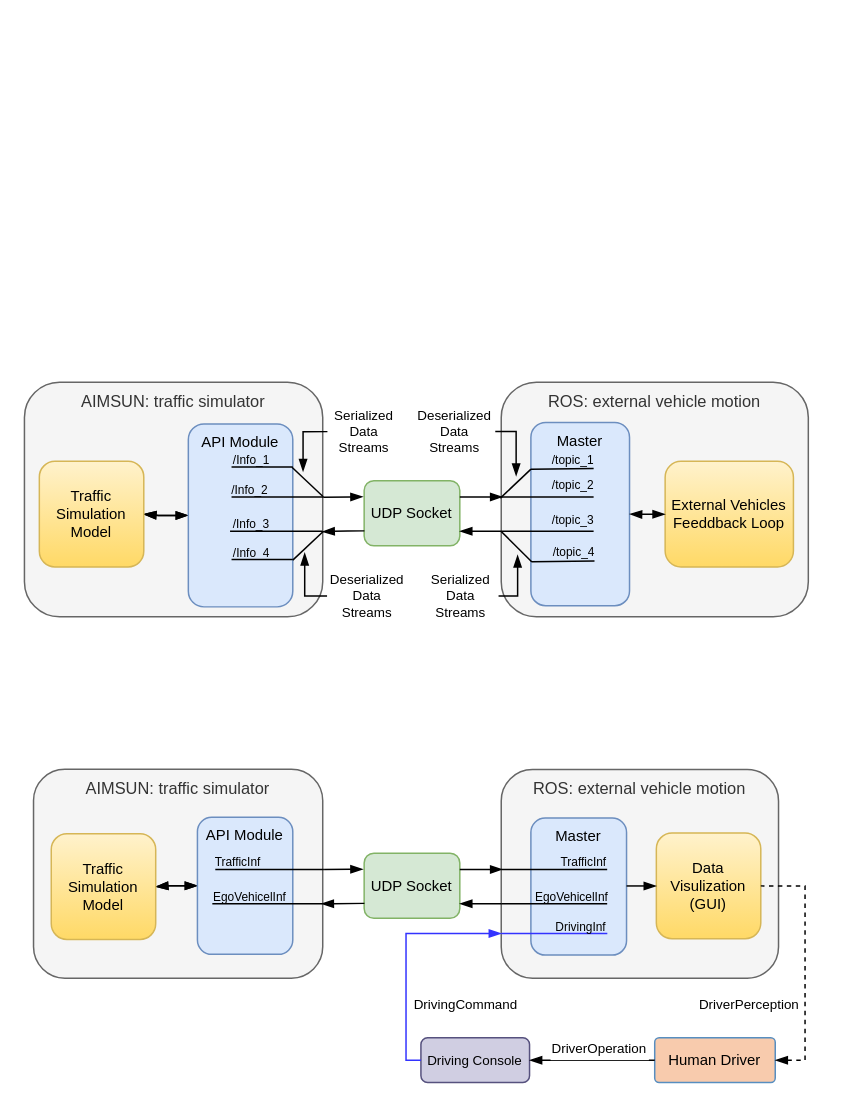
Above: page "Page-1" (1 of 2) of ROS_AIMSUN_Bridge.drawio in LimingGao/draw_io (draw.io), before the change. Source tidied: cells renumbered, new cells numbered last; positions are measured from the earlier drawing's top-left corner, leaving out a move shared by most shapes. Both pictures are drawn from the tidied source at 149%, with x=0, y=0 at pixel (24, 381).
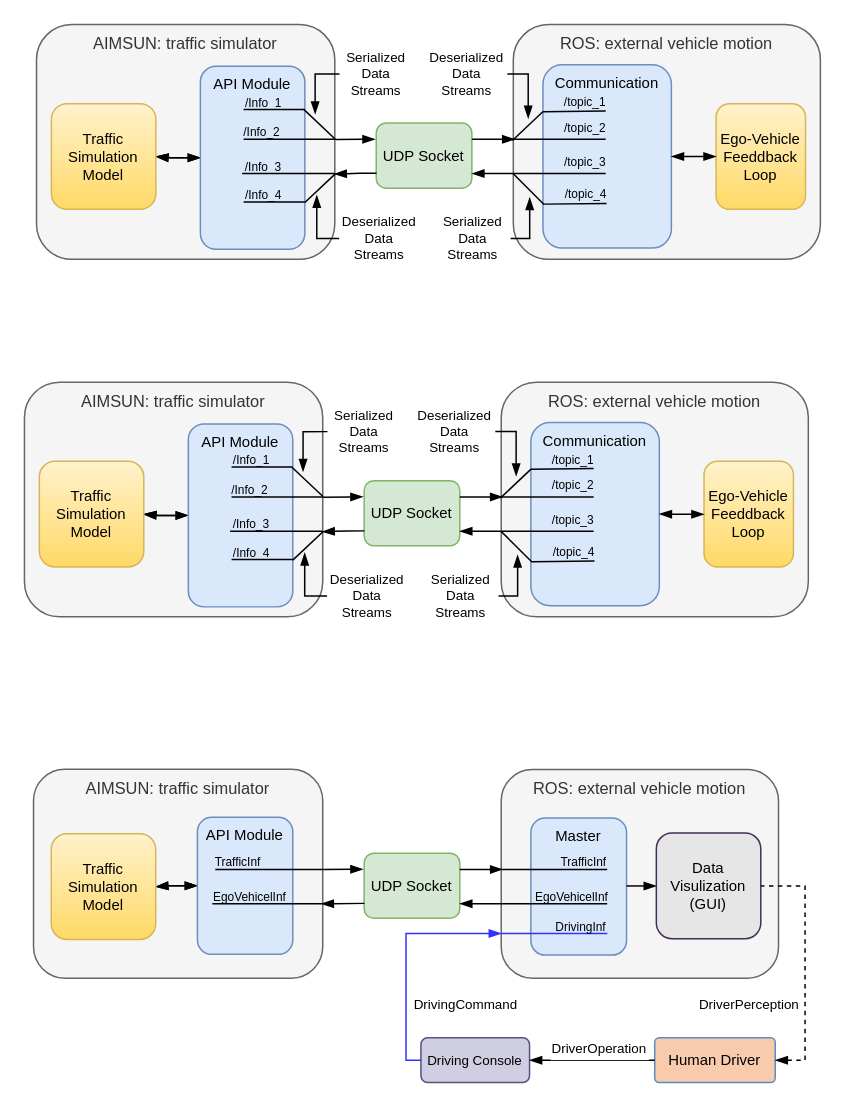
After the change.

The edit, as a diff of the source:
```diff
@@
-    <mxCell id="9" value="Master" style="rounded=1;align=center;verticalAlign=top;fontSize=10;fontStyle=0;fillColor=#dae8fc;strokeColor=#6c8ebf;" parent="1" vertex="1">
-      <mxGeometry x="339.8" y="27" width="66.2" height="123" as="geometry" />
+    <mxCell id="9" value="Communication" style="rounded=1;align=center;verticalAlign=top;fontSize=10;fontStyle=0;fillColor=#dae8fc;strokeColor=#6c8ebf;" parent="1" vertex="1">
+      <mxGeometry x="339.8" y="27" width="86.2" height="123" as="geometry" />
     </mxCell>
-    <mxCell id="10" value="External Vehicles&#10;Feeddback Loop" style="rounded=1;align=center;verticalAlign=middle;fontSize=10;fontStyle=0;fillColor=#fff2cc;strokeColor=#d6b656;gradientColor=#ffd966;" parent="1" vertex="1">
-      <mxGeometry x="429.9" y="53.1" width="86.1" height="70.9" as="geometry" />
+    <mxCell id="10" value="Ego-Vehicle&#10;Feeddback&#10;Loop" style="rounded=1;align=center;verticalAlign=middle;fontSize=10;fontStyle=0;fillColor=#fff2cc;strokeColor=#d6b656;gradientColor=#ffd966;" parent="1" vertex="1">
+      <mxGeometry x="456" y="53.1" width="60" height="70.9" as="geometry" />
     </mxCell>
@@
-    <mxCell id="52" value="Data&#10;Visulization&#10;(GUI)" style="rounded=1;align=center;verticalAlign=middle;fontSize=10;fontStyle=0;fillColor=#fff2cc;strokeColor=#d6b656;gradientColor=#ffd966;" parent="1" vertex="1">
+    <mxCell id="52" value="Data&#10;Visulization&#10;(GUI)" style="rounded=1;align=center;verticalAlign=middle;fontSize=10;fontStyle=0;strokeColor=#432D57;fillColor=#E6E6E6;" parent="1" vertex="1">
       <mxGeometry x="424" y="302.6" width="70.1" height="70.9" as="geometry" />
     </mxCell>
@@
+    <mxCell id="76" value="AIMSUN: traffic simulator" style="rounded=1;align=center;verticalAlign=top;fontSize=11;fontStyle=0;strokeColor=#666666;fillColor=#f5f5f5;fontColor=#333333;glass=0;" parent="1" vertex="1">
+      <mxGeometry x="8" y="-240" width="200.2" height="157.5" as="geometry" />
+    </mxCell>
+    <mxCell id="77" style="edgeStyle=orthogonalEdgeStyle;rounded=0;jettySize=auto;endArrow=blockThin;endFill=1;startArrow=blockThin;startFill=1;" parent="1" edge="1" source="79" target="80">
+      <mxGeometry relative="1" as="geometry" />
+    </mxCell>
+    <mxCell id="78" style="edgeStyle=orthogonalEdgeStyle;rounded=0;jettySize=auto;startArrow=blockThin;startFill=1;endArrow=blockThin;endFill=1;strokeWidth=1;" parent="1" edge="1" source="79" target="80">
+      <mxGeometry relative="1" as="geometry" />
+    </mxCell>
+    <mxCell id="79" value="API Module" style="rounded=1;align=center;verticalAlign=top;fontSize=10;fontStyle=0;fillColor=#dae8fc;strokeColor=#6c8ebf;" parent="1" vertex="1">
+      <mxGeometry x="118" y="-212" width="70.1" height="122.8" as="geometry" />
+    </mxCell>
+    <mxCell id="80" value="Traffic&#10;Simulation&#10;Model" style="rounded=1;align=center;verticalAlign=middle;fontSize=10;fontStyle=0;fillColor=#fff2cc;strokeColor=#d6b656;gradientColor=#ffd966;" parent="1" vertex="1">
+      <mxGeometry x="18" y="-186.9" width="70.1" height="70.9" as="geometry" />
+    </mxCell>
+    <mxCell id="81" value="UDP Socket" style="rounded=1;align=center;verticalAlign=middle;fillColor=#d5e8d4;strokeColor=#82b366;fontSize=10;fontStyle=0;" parent="1" vertex="1">
+      <mxGeometry x="236" y="-173.9" width="64.2" height="43.7" as="geometry" />
+    </mxCell>
+    <mxCell id="82" value="ROS: external vehicle motion" style="rounded=1;align=center;verticalAlign=top;fontSize=11;fontStyle=0;strokeColor=#666666;fillColor=#f5f5f5;fontColor=#333333;glass=0;" parent="1" vertex="1">
+      <mxGeometry x="328" y="-240" width="206.1" height="157.5" as="geometry" />
+    </mxCell>
+    <mxCell id="83" value="Communication" style="rounded=1;align=center;verticalAlign=top;fontSize=10;fontStyle=0;fillColor=#dae8fc;strokeColor=#6c8ebf;" parent="1" vertex="1">
+      <mxGeometry x="347.9" y="-213" width="86.2" height="123" as="geometry" />
+    </mxCell>
+    <mxCell id="84" value="Ego-Vehicle&#10;Feeddback&#10;Loop" style="rounded=1;align=center;verticalAlign=middle;fontSize=10;fontStyle=0;fillColor=#fff2cc;strokeColor=#d6b656;gradientColor=#ffd966;" parent="1" vertex="1">
+      <mxGeometry x="464.1" y="-186.9" width="60" height="70.9" as="geometry" />
+    </mxCell>
+    <mxCell id="85" style="rounded=0;jettySize=auto;startArrow=blockThin;startFill=1;endArrow=none;endFill=0;strokeWidth=1;entryX=1.003;entryY=0.49;entryDx=0;entryDy=0;exitX=-0.012;exitY=0.247;exitDx=0;exitDy=0;exitPerimeter=0;entryPerimeter=0;" parent="1" edge="1" source="81" target="76">
+      <mxGeometry relative="1" as="geometry" />
+    </mxCell>
+    <mxCell id="86" style="rounded=0;jettySize=auto;startArrow=blockThin;startFill=1;endArrow=none;endFill=0;strokeWidth=1;entryX=1;entryY=0.25;entryDx=0;entryDy=0;" parent="1" edge="1" target="81">
+      <mxGeometry relative="1" as="geometry">
+        <mxPoint x="329" y="-163" as="sourcePoint" />
+      </mxGeometry>
+    </mxCell>
+    <mxCell id="87" style="edgeStyle=orthogonalEdgeStyle;rounded=0;jettySize=auto;startArrow=blockThin;startFill=1;endArrow=blockThin;endFill=1;strokeWidth=1;entryX=1;entryY=0.5;entryDx=0;entryDy=0;" parent="1" edge="1" source="84" target="83">
+      <mxGeometry relative="1" as="geometry" />
+    </mxCell>
+    <mxCell id="88" style="edgeStyle=orthogonalEdgeStyle;rounded=0;orthogonalLoop=1;jettySize=auto;startArrow=none;startFill=0;endArrow=none;endFill=0;strokeWidth=1;" parent="1" edge="1">
+      <mxGeometry relative="1" as="geometry">
+        <mxPoint x="390" y="-163" as="sourcePoint" />
+        <mxPoint x="328" y="-163" as="targetPoint" />
+      </mxGeometry>
+    </mxCell>
+    <mxCell id="89" value="/topic_2" style="edgeLabel;align=center;verticalAlign=middle;fontSize=8;labelBackgroundColor=none;" parent="88" vertex="1">
+      <mxGeometry x="-0.2" y="2" relative="1" as="geometry">
+        <mxPoint x="11" y="-10" as="offset" />
+      </mxGeometry>
+    </mxCell>
+    <mxCell id="90" style="rounded=0;orthogonalLoop=1;jettySize=auto;startArrow=none;startFill=0;endArrow=none;endFill=0;strokeWidth=1;" parent="1" edge="1">
+      <mxGeometry relative="1" as="geometry">
+        <mxPoint x="390" y="-182" as="sourcePoint" />
+        <mxPoint x="348" y="-181.5" as="targetPoint" />
+      </mxGeometry>
+    </mxCell>
+    <mxCell id="91" value="/topic_1" style="edgeLabel;align=center;verticalAlign=middle;fontSize=8;labelBackgroundColor=none;" parent="90" vertex="1">
+      <mxGeometry x="-0.2" y="2" relative="1" as="geometry">
+        <mxPoint x="2.9" y="-8.5" as="offset" />
+      </mxGeometry>
+    </mxCell>
+    <mxCell id="92" style="rounded=0;jettySize=auto;startArrow=none;startFill=0;endArrow=none;endFill=0;strokeWidth=1;entryX=-0.003;entryY=0.494;entryDx=0;entryDy=0;exitX=0.001;exitY=0.255;exitDx=0;exitDy=0;entryPerimeter=0;exitPerimeter=0;" parent="1" edge="1" source="83" target="82">
+      <mxGeometry relative="1" as="geometry" />
+    </mxCell>
+    <mxCell id="93" style="edgeStyle=orthogonalEdgeStyle;rounded=0;orthogonalLoop=1;jettySize=auto;startArrow=none;startFill=0;endArrow=none;endFill=0;strokeWidth=1;" parent="1" edge="1">
+      <mxGeometry relative="1" as="geometry">
+        <mxPoint x="390" y="-140" as="sourcePoint" />
+        <mxPoint x="328" y="-140" as="targetPoint" />
+      </mxGeometry>
+    </mxCell>
+    <mxCell id="94" value="/topic_3" style="edgeLabel;align=center;verticalAlign=middle;fontSize=8;labelBackgroundColor=none;" parent="93" vertex="1">
+      <mxGeometry x="-0.2" y="2" relative="1" as="geometry">
+        <mxPoint x="11" y="-10" as="offset" />
+      </mxGeometry>
+    </mxCell>
+    <mxCell id="95" style="rounded=0;orthogonalLoop=1;jettySize=auto;startArrow=none;startFill=0;endArrow=none;endFill=0;strokeWidth=1;" parent="1" edge="1">
+      <mxGeometry relative="1" as="geometry">
+        <mxPoint x="390.6" y="-120" as="sourcePoint" />
+        <mxPoint x="348.6" y="-119.5" as="targetPoint" />
+      </mxGeometry>
+    </mxCell>
+    <mxCell id="96" value="/topic_4" style="edgeLabel;align=center;verticalAlign=middle;fontSize=8;labelBackgroundColor=none;" parent="95" vertex="1">
+      <mxGeometry x="-0.2" y="2" relative="1" as="geometry">
+        <mxPoint x="2.9" y="-8.5" as="offset" />
+      </mxGeometry>
+    </mxCell>
+    <mxCell id="97" style="rounded=0;jettySize=auto;startArrow=none;startFill=0;endArrow=none;endFill=0;strokeWidth=1;exitX=0.001;exitY=0.255;exitDx=0;exitDy=0;exitPerimeter=0;entryX=0;entryY=0.636;entryDx=0;entryDy=0;entryPerimeter=0;" parent="1" edge="1" target="82">
+      <mxGeometry relative="1" as="geometry">
+        <mxPoint x="348.6" y="-119.3" as="sourcePoint" />
+      </mxGeometry>
+    </mxCell>
+    <mxCell id="98" style="edgeStyle=orthogonalEdgeStyle;rounded=0;jettySize=auto;startArrow=none;startFill=0;endArrow=blockThin;endFill=1;strokeWidth=1;entryX=0.999;entryY=0.776;entryDx=0;entryDy=0;entryPerimeter=0;" parent="1" edge="1" target="81">
+      <mxGeometry relative="1" as="geometry">
+        <mxPoint x="328" y="-140" as="sourcePoint" />
+        <Array as="points">
+          <mxPoint x="315" y="-140" />
+        </Array>
+      </mxGeometry>
+    </mxCell>
+    <mxCell id="99" style="edgeStyle=orthogonalEdgeStyle;rounded=0;jettySize=auto;startArrow=none;startFill=0;endArrow=blockThin;endFill=1;strokeWidth=1;entryX=0.998;entryY=0.637;entryDx=0;entryDy=0;entryPerimeter=0;exitX=0.003;exitY=0.771;exitDx=0;exitDy=0;exitPerimeter=0;" parent="1" edge="1" source="81" target="76">
+      <mxGeometry relative="1" as="geometry">
+        <Array as="points">
+          <mxPoint x="225" y="-140" />
+        </Array>
+      </mxGeometry>
+    </mxCell>
+    <mxCell id="100" style="edgeStyle=orthogonalEdgeStyle;rounded=0;orthogonalLoop=1;jettySize=auto;startArrow=none;startFill=0;endArrow=none;endFill=0;strokeWidth=1;" parent="1" edge="1">
+      <mxGeometry relative="1" as="geometry">
+        <mxPoint x="209" y="-163" as="sourcePoint" />
+        <mxPoint x="147" y="-163" as="targetPoint" />
+        <Array as="points">
+          <mxPoint x="187" y="-163" />
+          <mxPoint x="187" y="-163" />
+        </Array>
+      </mxGeometry>
+    </mxCell>
+    <mxCell id="101" value="/Info_2" style="edgeLabel;align=center;verticalAlign=middle;fontSize=8;labelBackgroundColor=none;" parent="100" vertex="1">
+      <mxGeometry x="-0.2" y="2" relative="1" as="geometry">
+        <mxPoint x="-25" y="-7" as="offset" />
+      </mxGeometry>
+    </mxCell>
+    <mxCell id="102" style="rounded=0;orthogonalLoop=1;jettySize=auto;startArrow=none;startFill=0;endArrow=none;endFill=0;strokeWidth=1;entryX=-0.003;entryY=0.494;entryDx=0;entryDy=0;exitX=0.001;exitY=0.255;exitDx=0;exitDy=0;entryPerimeter=0;exitPerimeter=0;" parent="1" edge="1">
+      <mxGeometry relative="1" as="geometry">
+        <mxPoint x="208.7" y="-140" as="sourcePoint" />
+        <mxPoint x="188.1" y="-120.6" as="targetPoint" />
+      </mxGeometry>
+    </mxCell>
+    <mxCell id="103" style="rounded=0;jettySize=auto;startArrow=none;startFill=0;endArrow=none;endFill=0;strokeWidth=1;exitX=0.001;exitY=0.255;exitDx=0;exitDy=0;exitPerimeter=0;entryX=0.992;entryY=0.237;entryDx=0;entryDy=0;entryPerimeter=0;" parent="1" edge="1" target="79">
+      <mxGeometry relative="1" as="geometry">
+        <mxPoint x="208.2" y="-163.4" as="sourcePoint" />
+      </mxGeometry>
+    </mxCell>
+    <mxCell id="104" style="edgeStyle=orthogonalEdgeStyle;rounded=0;orthogonalLoop=1;jettySize=auto;startArrow=none;startFill=0;endArrow=none;endFill=0;strokeWidth=1;" parent="1" edge="1">
+      <mxGeometry relative="1" as="geometry">
+        <mxPoint x="167" y="-183" as="sourcePoint" />
+        <mxPoint x="147" y="-183" as="targetPoint" />
+        <Array as="points">
+          <mxPoint x="188.1" y="-183" />
+          <mxPoint x="188.1" y="-183" />
+        </Array>
+      </mxGeometry>
+    </mxCell>
+    <mxCell id="105" value="/Info_1" style="edgeLabel;align=center;verticalAlign=middle;fontSize=8;labelBackgroundColor=none;" parent="104" vertex="1">
+      <mxGeometry x="-0.2" y="2" relative="1" as="geometry">
+        <mxPoint x="-24.1" y="-7" as="offset" />
+      </mxGeometry>
+    </mxCell>
+    <mxCell id="106" style="edgeStyle=orthogonalEdgeStyle;rounded=0;orthogonalLoop=1;jettySize=auto;startArrow=none;startFill=0;endArrow=none;endFill=0;strokeWidth=1;" parent="1" edge="1">
+      <mxGeometry relative="1" as="geometry">
+        <mxPoint x="208" y="-140" as="sourcePoint" />
+        <mxPoint x="146" y="-140" as="targetPoint" />
+        <Array as="points">
+          <mxPoint x="186" y="-140" />
+          <mxPoint x="186" y="-140" />
+        </Array>
+      </mxGeometry>
+    </mxCell>
+    <mxCell id="107" value="/Info_3" style="edgeLabel;align=center;verticalAlign=middle;fontSize=8;labelBackgroundColor=none;" parent="106" vertex="1">
+      <mxGeometry x="-0.2" y="2" relative="1" as="geometry">
+        <mxPoint x="-23" y="-7" as="offset" />
+      </mxGeometry>
+    </mxCell>
+    <mxCell id="108" style="edgeStyle=orthogonalEdgeStyle;rounded=0;orthogonalLoop=1;jettySize=auto;startArrow=none;startFill=0;endArrow=none;endFill=0;strokeWidth=1;" parent="1" edge="1">
+      <mxGeometry relative="1" as="geometry">
+        <mxPoint x="167" y="-121" as="sourcePoint" />
+        <mxPoint x="147" y="-121" as="targetPoint" />
+        <Array as="points">
+          <mxPoint x="188.1" y="-121" />
+          <mxPoint x="188.1" y="-121" />
+        </Array>
+      </mxGeometry>
+    </mxCell>
+    <mxCell id="109" value="/Info_4" style="edgeLabel;align=center;verticalAlign=middle;fontSize=8;labelBackgroundColor=none;" parent="108" vertex="1">
+      <mxGeometry x="-0.2" y="2" relative="1" as="geometry">
+        <mxPoint x="-24.1" y="-7" as="offset" />
+      </mxGeometry>
+    </mxCell>
+    <mxCell id="110" value="Serialized&#10;Data &#10;Streams" style="text;align=center;verticalAlign=middle;points=[];fillColor=none;strokeColor=none;rounded=0;labelBackgroundColor=none;fontSize=9;" parent="1" vertex="1">
+      <mxGeometry x="211.1" y="-226.9" width="50" height="40" as="geometry" />
+    </mxCell>
+    <mxCell id="111" style="edgeStyle=orthogonalEdgeStyle;rounded=0;jettySize=auto;startArrow=blockThin;startFill=1;endArrow=none;endFill=0;strokeWidth=1;entryX=0.005;entryY=0.502;entryDx=0;entryDy=0;entryPerimeter=0;" parent="1" edge="1" target="110">
+      <mxGeometry relative="1" as="geometry">
+        <mxPoint x="195" y="-180" as="sourcePoint" />
+        <Array as="points">
+          <mxPoint x="195" y="-180" />
+          <mxPoint x="195" y="-225" />
+        </Array>
+      </mxGeometry>
+    </mxCell>
+    <mxCell id="112" style="edgeStyle=orthogonalEdgeStyle;rounded=0;jettySize=auto;startArrow=blockThin;startFill=1;endArrow=none;endFill=0;strokeWidth=1;entryX=0;entryY=0.5;entryDx=0;entryDy=0;" parent="1" edge="1" target="117">
+      <mxGeometry relative="1" as="geometry">
+        <mxPoint x="196.1" y="-125.5" as="sourcePoint" />
+        <Array as="points">
+          <mxPoint x="196" y="-97" />
+          <mxPoint x="211" y="-97" />
+        </Array>
+      </mxGeometry>
+    </mxCell>
+    <mxCell id="113" value="Serialized&#10;Data &#10;Streams" style="text;align=center;verticalAlign=middle;points=[];fillColor=none;strokeColor=none;rounded=0;labelBackgroundColor=none;fontSize=9;" parent="1" vertex="1">
+      <mxGeometry x="276" y="-116.5" width="50" height="40" as="geometry" />
+    </mxCell>
+    <mxCell id="114" style="edgeStyle=orthogonalEdgeStyle;rounded=0;jettySize=auto;startArrow=blockThin;startFill=1;endArrow=none;endFill=0;strokeWidth=1;entryX=1.004;entryY=0.5;entryDx=0;entryDy=0;entryPerimeter=0;" parent="1" edge="1" target="113">
+      <mxGeometry relative="1" as="geometry">
+        <mxPoint x="339" y="-124" as="sourcePoint" />
+        <Array as="points">
+          <mxPoint x="339" y="-97" />
+          <mxPoint x="326" y="-97" />
+        </Array>
+      </mxGeometry>
+    </mxCell>
+    <mxCell id="115" style="edgeStyle=orthogonalEdgeStyle;rounded=0;jettySize=auto;startArrow=blockThin;startFill=1;endArrow=none;endFill=0;strokeWidth=1;entryX=1;entryY=0.5;entryDx=0;entryDy=0;" parent="1" edge="1" target="116">
+      <mxGeometry relative="1" as="geometry">
+        <mxPoint x="338" y="-177" as="sourcePoint" />
+        <Array as="points">
+          <mxPoint x="338" y="-206" />
+        </Array>
+      </mxGeometry>
+    </mxCell>
+    <mxCell id="116" value="Deserialized&#10;Data&#10;Streams" style="rounded=1;align=center;verticalAlign=middle;fontSize=9;fontStyle=0;fillColor=none;strokeColor=none;" parent="1" vertex="1">
+      <mxGeometry x="269.8" y="-226.3" width="54.2" height="38.8" as="geometry" />
+    </mxCell>
+    <mxCell id="117" value="Deserialized&#10;Data&#10;Streams" style="rounded=1;align=center;verticalAlign=middle;fontSize=9;fontStyle=0;fillColor=none;strokeColor=none;" parent="1" vertex="1">
+      <mxGeometry x="211.1" y="-115.9" width="54.2" height="38.8" as="geometry" />
+    </mxCell>
```
